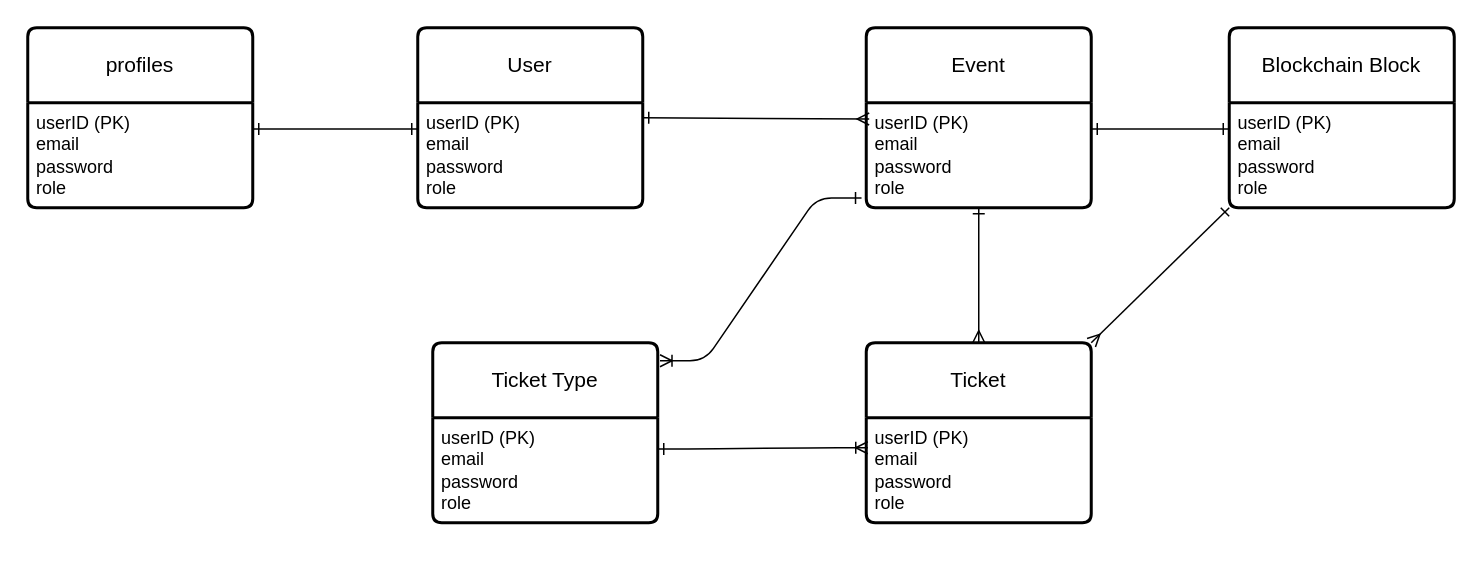
The draw.io diagram eventChainDBSchema.drawio in raytembo/event_chain, before the edit. Source tidied: cells renumbered, new cells numbered last; positions are measured from the earlier drawing's top-left corner, leaving out a move shared by most shapes. Both pictures are drawn from the tidied source at 150%, with x=0, y=0 at pixel (27, 27).
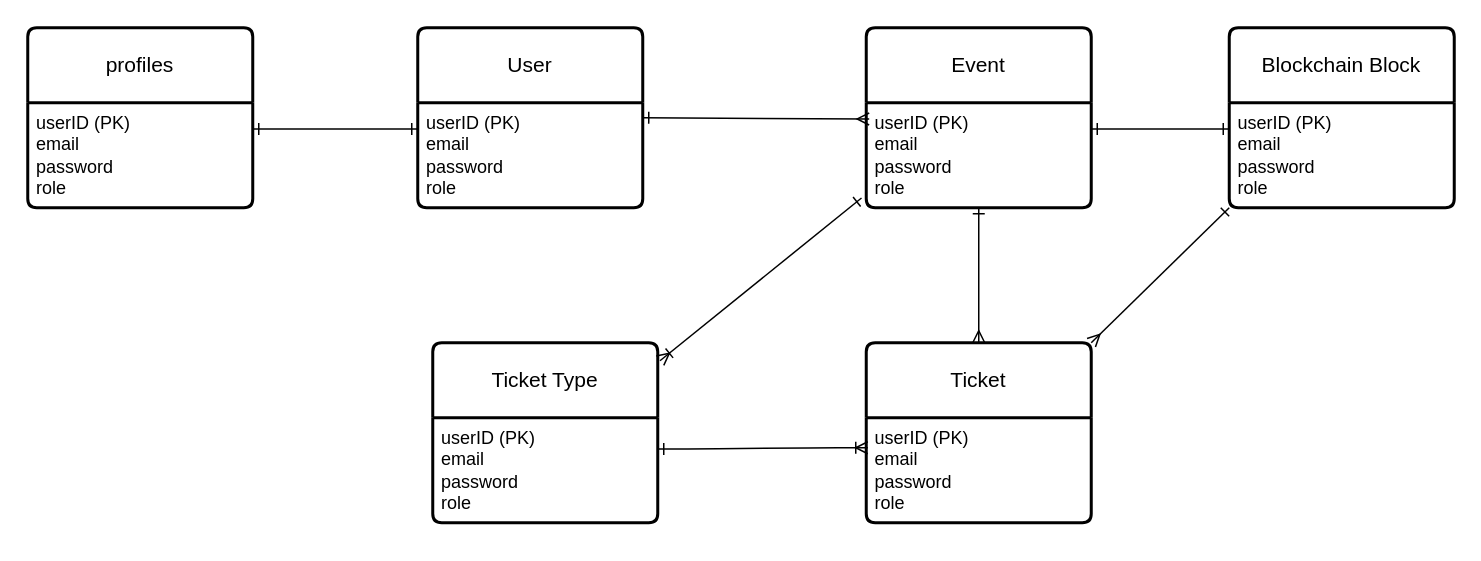
The same page after the edit.

The change refers to these unchanged cells:
```xml
<mxCell id="5" value="userID (PK)&lt;br&gt;email&lt;br&gt;password&lt;div&gt;role&lt;/div&gt;&lt;div&gt;&lt;br&gt;&lt;/div&gt;" style="align=left;strokeColor=none;fillColor=none;spacingLeft=4;fontSize=12;verticalAlign=top;html=1;" parent="4" vertex="1">
  <mxGeometry y="50" width="150" height="70" as="geometry" />
</mxCell>
<mxCell id="6" value="Ticket Type" style="swimlane;horizontal=1;startSize=50;rounded=1;fontSize=14;fontStyle=0;strokeWidth=2;shadow=0;dashed=0;align=center;arcSize=4;whiteSpace=wrap;html=1;" parent="1" vertex="1">
  <mxGeometry x="270" y="210" width="150" height="120" as="geometry" />
</mxCell>
```

Change to the diagram source:
```diff
@@
-    <mxCell id="15" style="edgeStyle=entityRelationEdgeStyle;fontSize=12;html=1;endArrow=ERoneToMany;entryX=1.01;entryY=0.1;entryDx=0;entryDy=0;exitX=-0.021;exitY=0.907;exitDx=0;exitDy=0;entryPerimeter=0;startArrow=ERone;startFill=0;exitPerimeter=0;" parent="1" edge="1" source="5" target="6">
-      <mxGeometry relative="1" as="geometry">
-        <Array as="points">
-          <mxPoint x="490" y="140" />
-        </Array>
-      </mxGeometry>
+    <mxCell id="15" style="fontSize=12;html=1;endArrow=ERoneToMany;entryX=1.01;entryY=0.1;entryDx=0;entryDy=0;exitX=-0.021;exitY=0.907;exitDx=0;exitDy=0;entryPerimeter=0;startArrow=ERone;startFill=0;exitPerimeter=0;" parent="1" edge="1" source="5" target="6">
+      <mxGeometry relative="1" as="geometry" />
     </mxCell>
```
